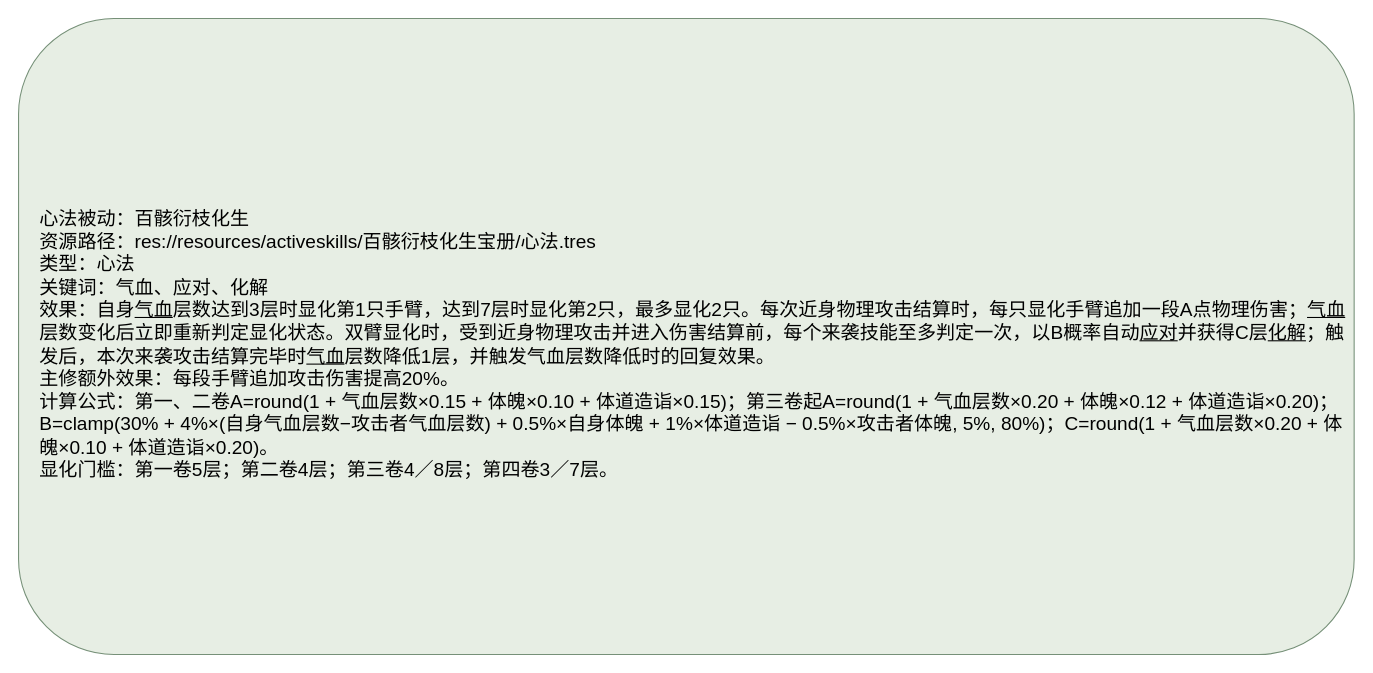
This is docs/卡牌词典/秘籍技能/百骸衍枝化生宝册/心法.drawio from ankundanetracyc-spec/tian-guan-you-du, a draw.io file, before an edit. Source tidied: cells renumbered, new cells numbered last; positions are measured from the earlier drawing's top-left corner, leaving out a move shared by most shapes. Both pictures are drawn from the tidied source at 106%, with x=0, y=0 at pixel (18, 18).
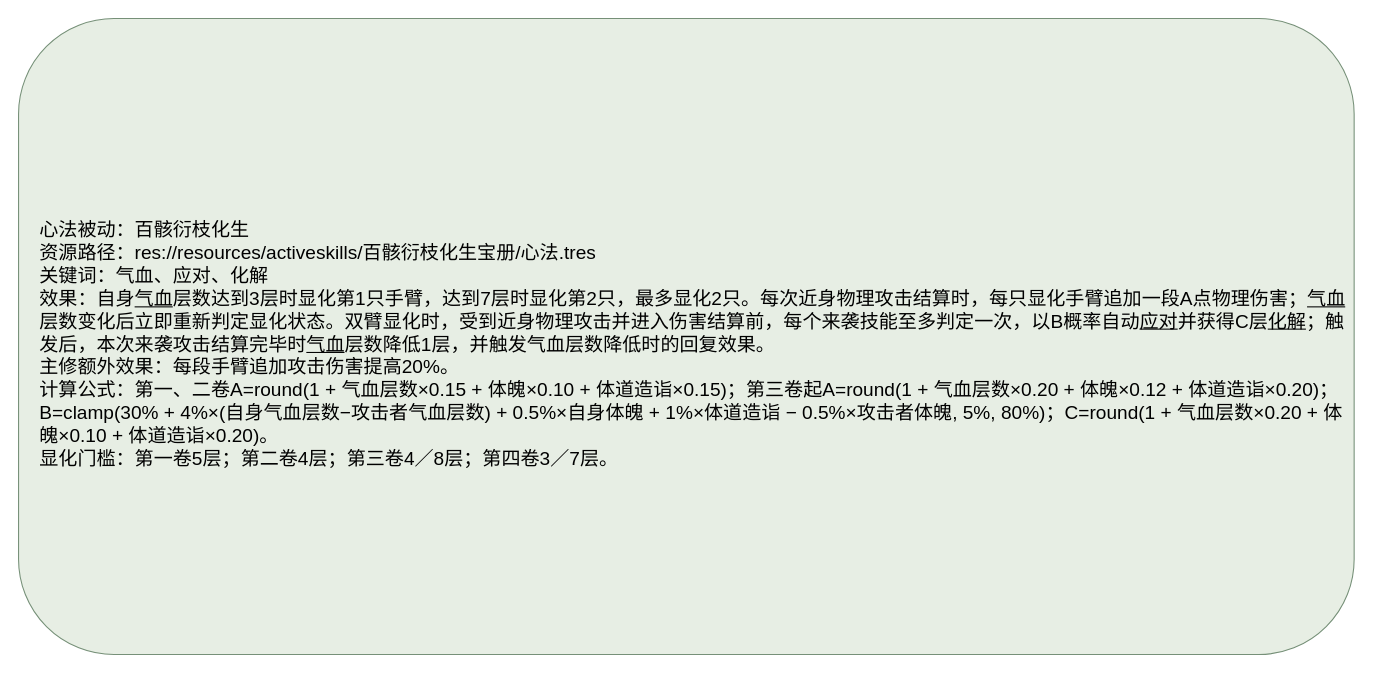
Above is the later version.

The edit, as a diff of the source:
```diff
@@
 <mxGraphModel>
   <root>
     <mxCell id="0" />
     <mxCell id="1" parent="0" />
-    <mxCell id="2" value="&lt;div style=&quot;text-align:left;&quot;&gt;心法被动：百骸衍枝化生&lt;br&gt;资源路径：res://resources/activeskills/百骸衍枝化生宝册/心法.tres&lt;br&gt;类型：心法&lt;br&gt;关键词：气血、应对、化解&lt;br&gt;效果：自身&lt;u&gt;气血&lt;/u&gt;层数达到3层时显化第1只手臂，达到7层时显化第2只，最多显化2只。每次近身物理攻击结算时，每只显化手臂追加一段A点物理伤害；&lt;u&gt;气血&lt;/u&gt;层数变化后立即重新判定显化状态。双臂显化时，受到近身物理攻击并进入伤害结算前，每个来袭技能至多判定一次，以B概率自动&lt;u&gt;应对&lt;/u&gt;并获得C层&lt;u&gt;化解&lt;/u&gt;；触发后，本次来袭攻击结算完毕时&lt;u&gt;气血&lt;/u&gt;层数降低1层，并触发气血层数降低时的回复效果。&lt;br&gt;主修额外效果：每段手臂追加攻击伤害提高20%。&lt;br&gt;计算公式：第一、二卷A=round(1 + 气血层数×0.15 + 体魄×0.10 + 体道造诣×0.15)；第三卷起A=round(1 + 气血层数×0.20 + 体魄×0.12 + 体道造诣×0.20)；B=clamp(30% + 4%×(自身气血层数−攻击者气血层数) + 0.5%×自身体魄 + 1%×体道造诣 − 0.5%×攻击者体魄, 5%, 80%)；C=round(1 + 气血层数×0.20 + 体魄×0.10 + 体道造诣×0.20)。&lt;br&gt;显化门槛：第一卷5层；第二卷4层；第三卷4／8层；第四卷3／7层。&lt;/div&gt;" style="rounded=1;whiteSpace=wrap;html=1;fillColor=#e7eee4;strokeColor=#769078;fontSize=18;align=left;spacingLeft=18;spacingTop=16;" parent="1" vertex="1">
+    <mxCell id="2" value="&lt;div style=&quot;text-align:left;&quot;&gt;心法被动：百骸衍枝化生&lt;br&gt;资源路径：res://resources/activeskills/百骸衍枝化生宝册/心法.tres&lt;br&gt;关键词：气血、应对、化解&lt;br&gt;效果：自身&lt;u&gt;气血&lt;/u&gt;层数达到3层时显化第1只手臂，达到7层时显化第2只，最多显化2只。每次近身物理攻击结算时，每只显化手臂追加一段A点物理伤害；&lt;u&gt;气血&lt;/u&gt;层数变化后立即重新判定显化状态。双臂显化时，受到近身物理攻击并进入伤害结算前，每个来袭技能至多判定一次，以B概率自动&lt;u&gt;应对&lt;/u&gt;并获得C层&lt;u&gt;化解&lt;/u&gt;；触发后，本次来袭攻击结算完毕时&lt;u&gt;气血&lt;/u&gt;层数降低1层，并触发气血层数降低时的回复效果。&lt;br&gt;主修额外效果：每段手臂追加攻击伤害提高20%。&lt;br&gt;计算公式：第一、二卷A=round(1 + 气血层数×0.15 + 体魄×0.10 + 体道造诣×0.15)；第三卷起A=round(1 + 气血层数×0.20 + 体魄×0.12 + 体道造诣×0.20)；B=clamp(30% + 4%×(自身气血层数−攻击者气血层数) + 0.5%×自身体魄 + 1%×体道造诣 − 0.5%×攻击者体魄, 5%, 80%)；C=round(1 + 气血层数×0.20 + 体魄×0.10 + 体道造诣×0.20)。&lt;br&gt;显化门槛：第一卷5层；第二卷4层；第三卷4／8层；第四卷3／7层。&lt;/div&gt;" style="rounded=1;whiteSpace=wrap;html=1;fillColor=#e7eee4;strokeColor=#769078;fontSize=18;align=left;spacingLeft=18;spacingTop=16;" parent="1" vertex="1">
       <mxGeometry width="1260" height="600" as="geometry" />
     </mxCell>
   </root>
 </mxGraphModel>
```
